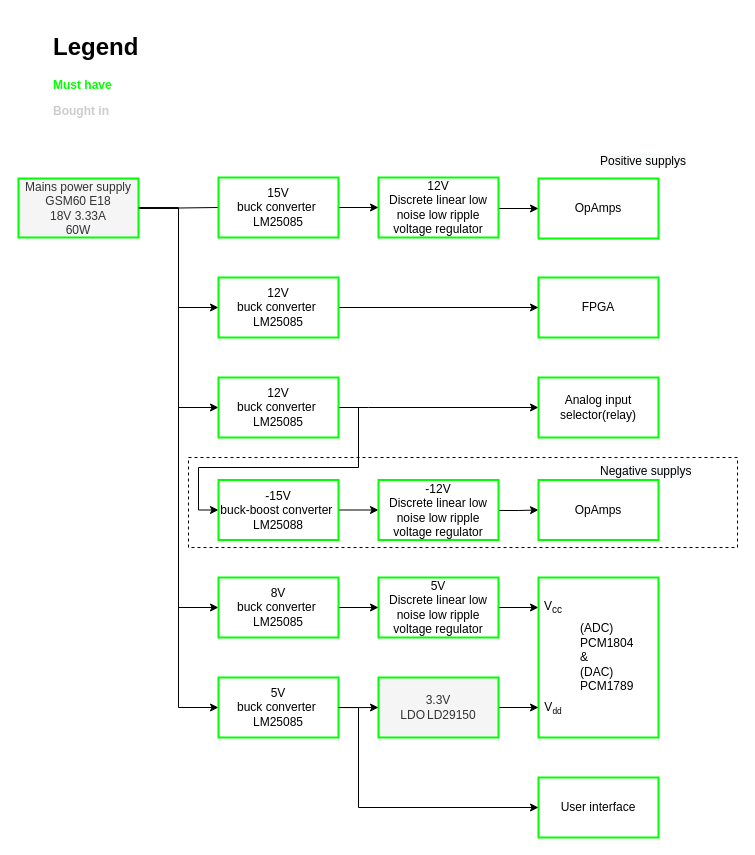
Before: Block diagrams/System design/Power supply.drawio in HeinVerhallen/Audio-DSP, a draw.io diagram. Source tidied: cells renumbered, new cells numbered last; positions are measured from the earlier drawing's top-left corner, leaving out a move shared by most shapes. Both pictures are drawn from the tidied source at 100%, with x=0, y=0 at pixel (18, 27).
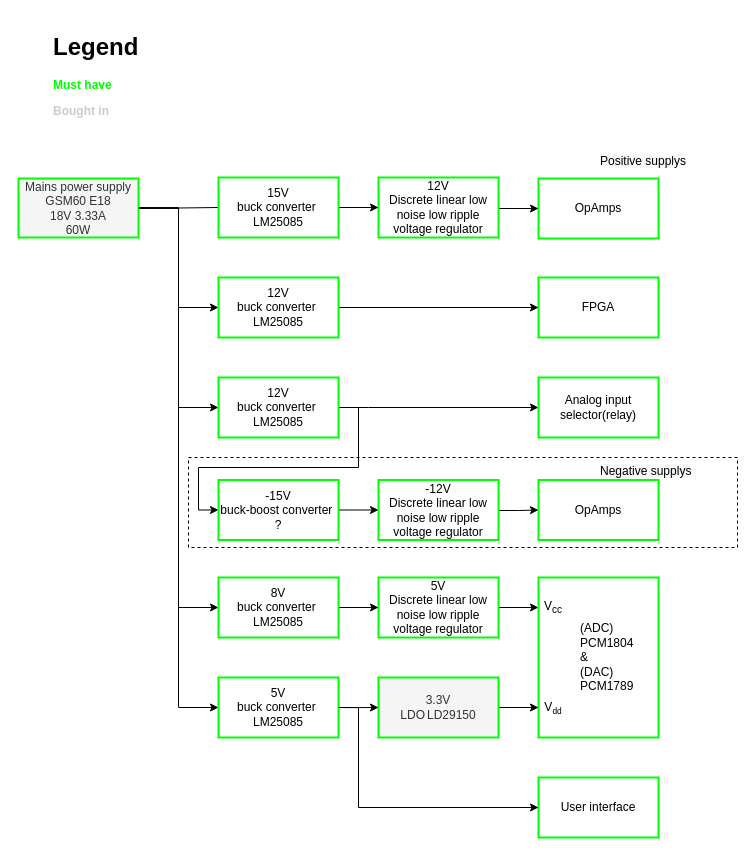
Above is the later version.

Change to the diagram source:
```diff
@@
-    <mxCell id="37" value="-15V &lt;br&gt;buck-boost converter&amp;nbsp; LM25088" style="rounded=0;whiteSpace=wrap;html=1;strokeColor=#00FF00;strokeWidth=2;" parent="1" vertex="1">
+    <mxCell id="37" value="-15V &lt;br&gt;buck-boost converter&amp;nbsp; ?" style="rounded=0;whiteSpace=wrap;html=1;strokeColor=#00FF00;strokeWidth=2;" parent="1" vertex="1">
       <mxGeometry x="200" y="452.5" width="120" height="60" as="geometry" />
     </mxCell>
```
